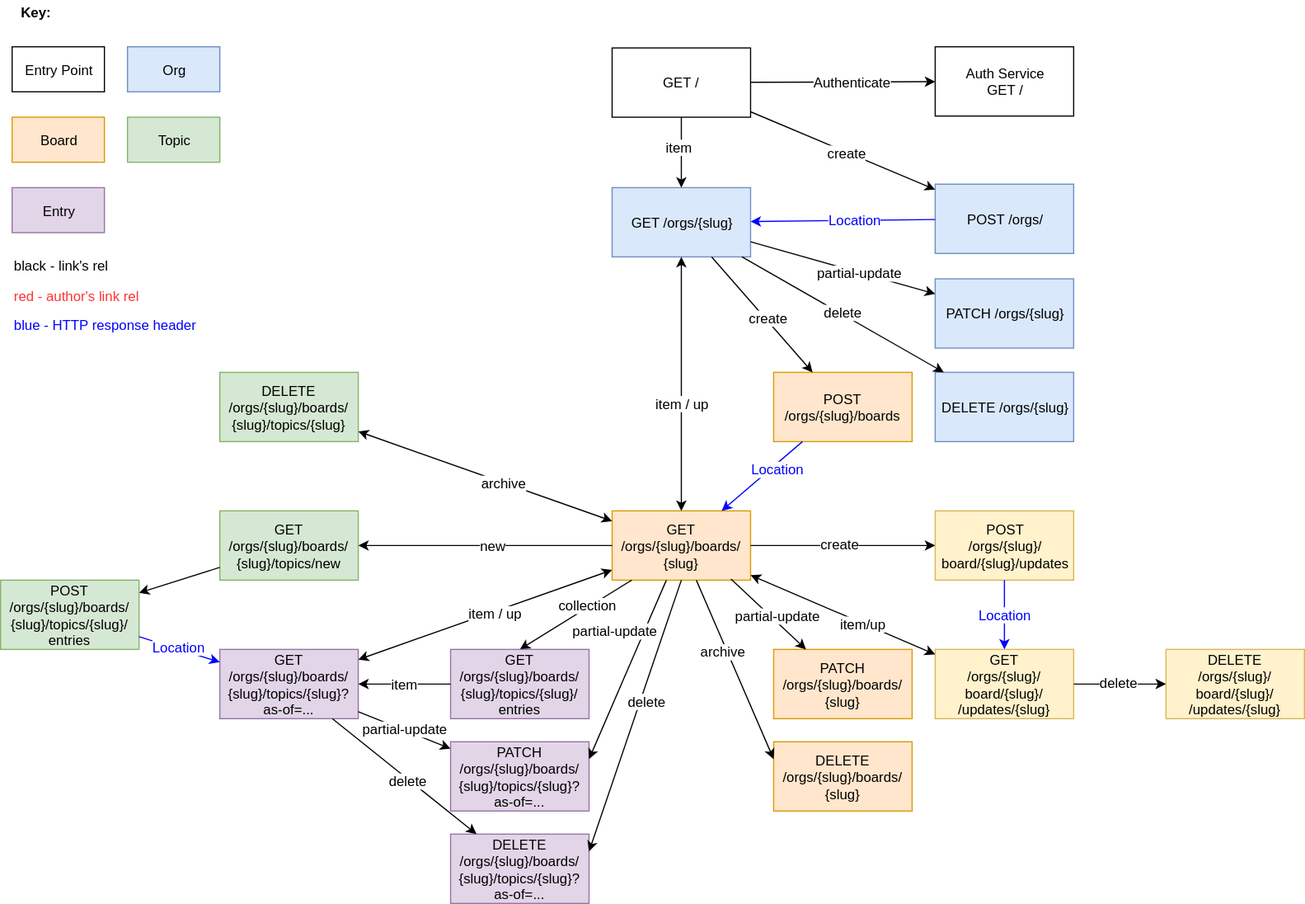
Before: docs/OC-Storage-REST-API.svg, a diagram exported from draw.io (open-company/open-company-storage). Source tidied: cells renumbered, new cells last; positions are measured from the earlier drawing's top-left corner, leaving out a move shared by most shapes.
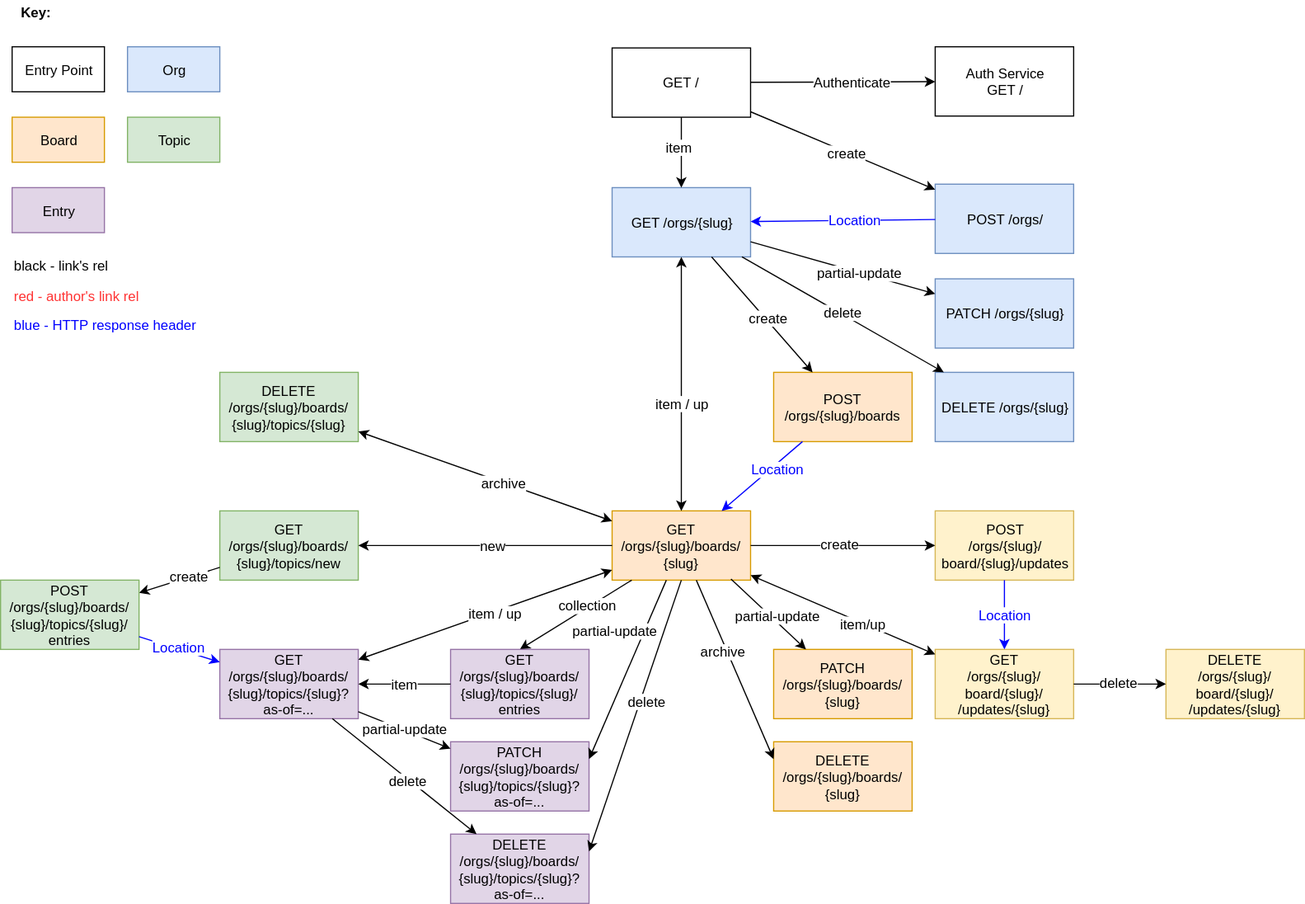
The same file after the commit.

Diff of the diagram source:
```diff
@@ -147,6 +147,9 @@
     <mxCell id="48" style="endArrow=classic;html=1;strokeColor=#000000;fontSize=12;fontColor=#000000;" parent="1" edge="1" source="37" target="49">
       <mxGeometry relative="1" as="geometry" />
     </mxCell>
+    <mxCell id="80" value="create" style="text;html=1;align=center;verticalAlign=middle;labelBackgroundColor=#ffffff;fontSize=12;fontColor=#000000;" parent="48" vertex="1">
+      <mxGeometry x="-0.24" y="-1" relative="1" as="geometry" />
+    </mxCell>
     <mxCell id="49" value="POST&lt;div&gt;/orgs/{slug}/boards/&lt;div&gt;{slug}/topics/{slug}/&lt;/div&gt;&lt;div&gt;entries&lt;/div&gt;&lt;/div&gt;" style="whiteSpace=wrap;html=1;fontSize=12;fontColor=#000000;fillColor=#d5e8d4;strokeColor=#82b366;" parent="1" vertex="1">
       <mxGeometry y="502" width="120" height="60" as="geometry" />
     </mxCell>
```
